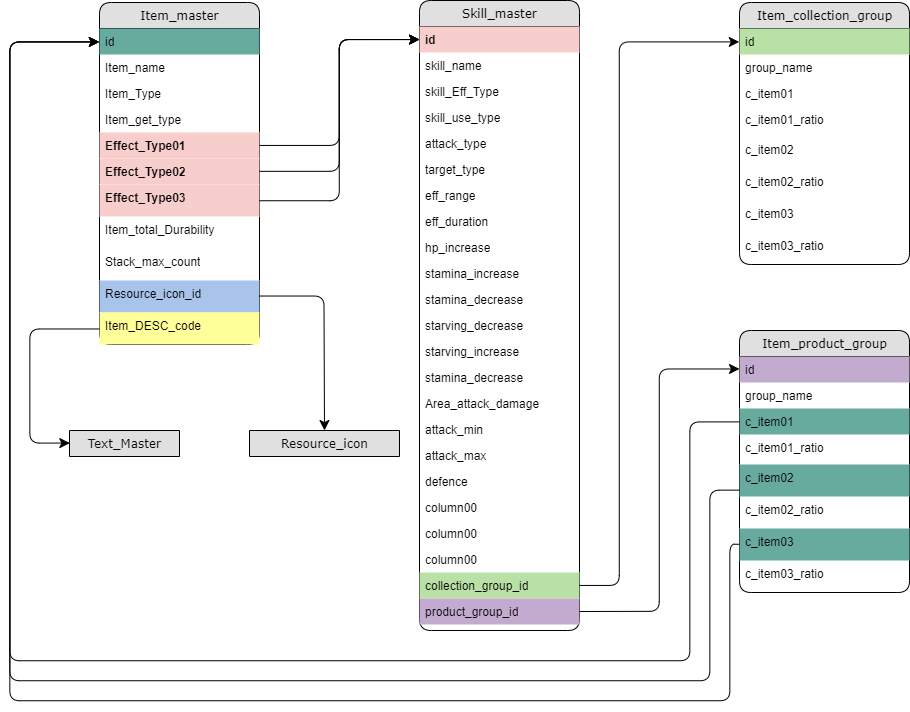
This is 02.시스템기획/04.skill/data_Tabel_structure-Skill_table_relation.png from kyungho-lee/Multicampus_training, a draw.io export, as it was before one commit. Source tidied: cells renumbered, new cells last; positions are measured from the earlier drawing's top-left corner, leaving out a move shared by most shapes.
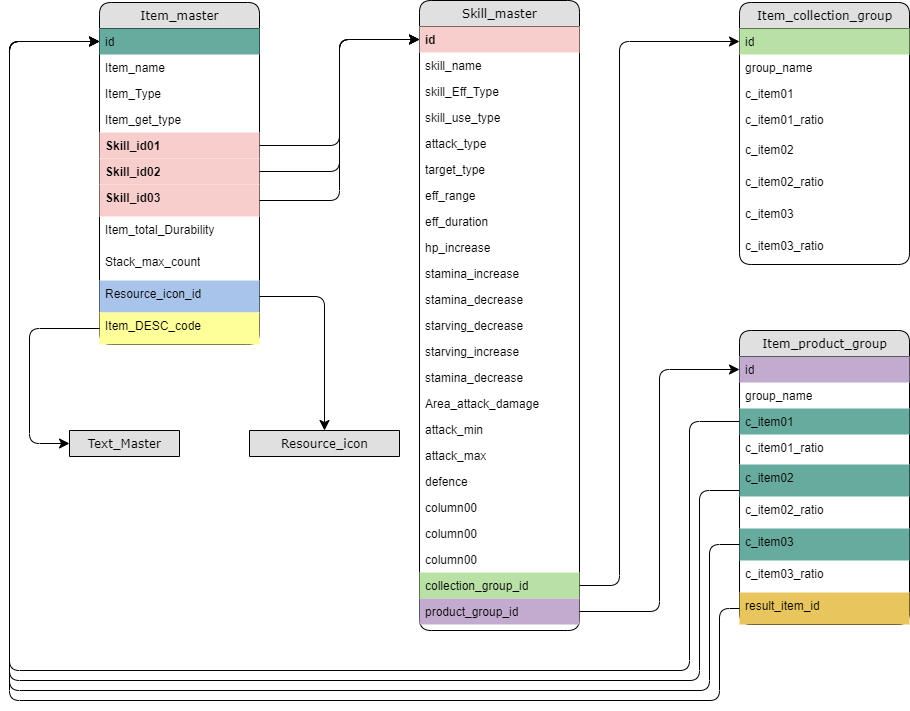
After the change.

Diff of the diagram source:
```diff
@@ -17,13 +17,13 @@
     <mxCell id="6" value="Item_get_type" style="text;html=1;strokeColor=none;fillColor=none;spacingLeft=4;spacingRight=4;whiteSpace=wrap;overflow=hidden;" parent="2" vertex="1">
       <mxGeometry y="104" width="160" height="26" as="geometry" />
     </mxCell>
-    <mxCell id="7" value="Effect_Type01" style="text;html=1;strokeColor=none;fillColor=#F8CECC;spacingLeft=4;spacingRight=4;whiteSpace=wrap;overflow=hidden;points=[[0,0.5],[1,0.5]];portConstraint=eastwest;fontStyle=1;" parent="2" vertex="1">
+    <mxCell id="7" value="Skill_id01" style="text;html=1;strokeColor=none;fillColor=#F8CECC;spacingLeft=4;spacingRight=4;whiteSpace=wrap;overflow=hidden;points=[[0,0.5],[1,0.5]];portConstraint=eastwest;fontStyle=1;" parent="2" vertex="1">
       <mxGeometry y="130" width="160" height="26" as="geometry" />
     </mxCell>
-    <mxCell id="8" value="Effect_Type02" style="text;html=1;strokeColor=none;fillColor=#F8CECC;spacingLeft=4;spacingRight=4;whiteSpace=wrap;overflow=hidden;points=[[0,0.5],[1,0.5]];portConstraint=eastwest;fontStyle=1;" parent="2" vertex="1">
+    <mxCell id="8" value="Skill_id02" style="text;html=1;strokeColor=none;fillColor=#F8CECC;spacingLeft=4;spacingRight=4;whiteSpace=wrap;overflow=hidden;points=[[0,0.5],[1,0.5]];portConstraint=eastwest;fontStyle=1;" parent="2" vertex="1">
       <mxGeometry y="156" width="160" height="26" as="geometry" />
     </mxCell>
-    <mxCell id="9" value="Effect_Type03" style="text;html=1;strokeColor=none;fillColor=#F8CECC;spacingLeft=4;spacingRight=4;whiteSpace=wrap;overflow=hidden;points=[[0,0.5],[1,0.5]];portConstraint=eastwest;fontStyle=1;" parent="2" vertex="1">
+    <mxCell id="9" value="Skill_id03" style="text;html=1;strokeColor=none;fillColor=#F8CECC;spacingLeft=4;spacingRight=4;whiteSpace=wrap;overflow=hidden;points=[[0,0.5],[1,0.5]];portConstraint=eastwest;fontStyle=1;" parent="2" vertex="1">
       <mxGeometry y="182" width="160" height="32" as="geometry" />
     </mxCell>
     <mxCell id="10" value="Item_total_Durability" style="text;html=1;strokeColor=none;fillColor=none;spacingLeft=4;spacingRight=4;whiteSpace=wrap;overflow=hidden;" parent="2" vertex="1">
@@ -114,7 +114,7 @@
       <mxGeometry x="60" y="430" width="110" height="26" as="geometry" />
     </mxCell>
     <mxCell id="39" value="Item_product_group" style="swimlane;html=1;fontStyle=0;horizontal=1;startSize=26;fillColor=#e0e0e0;swimlaneFillColor=#ffffff;align=center;rounded=1;shadow=0;comic=0;labelBackgroundColor=none;strokeWidth=1;fontFamily=Verdana;fontSize=12;" parent="1" vertex="1">
-      <mxGeometry x="730" y="330" width="170" height="262" as="geometry" />
+      <mxGeometry x="730" y="330" width="170" height="294" as="geometry" />
     </mxCell>
     <mxCell id="40" value="id" style="text;html=1;strokeColor=none;fillColor=#C3ABD0;spacingLeft=4;spacingRight=4;whiteSpace=wrap;overflow=hidden;points=[[0,0.5],[1,0.5]];portConstraint=eastwest;" parent="39" vertex="1">
       <mxGeometry y="26" width="170" height="26" as="geometry" />
@@ -140,97 +140,110 @@
     <mxCell id="47" value="c_item03_ratio" style="text;html=1;strokeColor=none;fillColor=none;spacingLeft=4;spacingRight=4;whiteSpace=wrap;overflow=hidden;" parent="39" vertex="1">
       <mxGeometry y="230" width="170" height="32" as="geometry" />
     </mxCell>
-    <mxCell id="48" value="Item_collection_group" style="swimlane;html=1;fontStyle=0;horizontal=1;startSize=26;fillColor=#e0e0e0;swimlaneFillColor=#ffffff;align=center;rounded=1;shadow=0;comic=0;labelBackgroundColor=none;strokeWidth=1;fontFamily=Verdana;fontSize=12;" parent="1" vertex="1">
-      <mxGeometry x="730" y="2" width="170" height="262" as="geometry" />
+    <mxCell id="48" value="result_item_id" style="text;html=1;strokeColor=none;fillColor=#E8C55D;spacingLeft=4;spacingRight=4;whiteSpace=wrap;overflow=hidden;points=[[0,0.5],[1,0.5]];portConstraint=eastwest;" parent="39" vertex="1">
+      <mxGeometry y="262" width="170" height="32" as="geometry" />
     </mxCell>
-    <mxCell id="49" value="id" style="text;html=1;strokeColor=none;fillColor=#B9E0A5;spacingLeft=4;spacingRight=4;whiteSpace=wrap;overflow=hidden;points=[[0,0.5],[1,0.5]];portConstraint=eastwest;" parent="48" vertex="1">
-      <mxGeometry y="26" width="170" height="26" as="geometry" />
+    <mxCell id="49" value="Item_collection_group" style="swimlane;html=1;fontStyle=0;horizontal=1;startSize=26;fillColor=#e0e0e0;swimlaneFillColor=#ffffff;align=center;rounded=1;shadow=0;comic=0;labelBackgroundColor=none;strokeWidth=1;fontFamily=Verdana;fontSize=12;" parent="1" vertex="1">
+      <mxGeometry x="730" y="2" width="170" height="262" as="geometry" />
     </mxCell>
-    <mxCell id="50" value="group_name" style="text;html=1;strokeColor=none;fillColor=none;spacingLeft=4;spacingRight=4;whiteSpace=wrap;overflow=hidden;points=[[0,0.5],[1,0.5]];portConstraint=eastwest;" parent="48" vertex="1">
-      <mxGeometry y="52" width="170" height="26" as="geometry" />
+    <mxCell id="50" value="id" style="text;html=1;strokeColor=none;fillColor=#B9E0A5;spacingLeft=4;spacingRight=4;whiteSpace=wrap;overflow=hidden;points=[[0,0.5],[1,0.5]];portConstraint=eastwest;" parent="49" vertex="1">
+      <mxGeometry y="26" width="170" height="26" as="geometry" />
     </mxCell>
-    <mxCell id="51" value="c_item01" style="text;html=1;strokeColor=none;fillColor=none;spacingLeft=4;spacingRight=4;whiteSpace=wrap;overflow=hidden;" parent="48" vertex="1">
-      <mxGeometry y="78" width="170" height="26" as="geometry" />
+    <mxCell id="51" value="group_name" style="text;html=1;strokeColor=none;fillColor=none;spacingLeft=4;spacingRight=4;whiteSpace=wrap;overflow=hidden;" parent="49" vertex="1">
+      <mxGeometry y="52" width="170" height="26" as="geometry" />
     </mxCell>
-    <mxCell id="52" value="c_item01_ratio" style="text;html=1;strokeColor=none;fillColor=none;spacingLeft=4;spacingRight=4;whiteSpace=wrap;overflow=hidden;" parent="48" vertex="1">
-      <mxGeometry y="104" width="170" height="30" as="geometry" />
+    <mxCell id="52" value="c_item01" style="text;html=1;strokeColor=none;fillColor=none;spacingLeft=4;spacingRight=4;whiteSpace=wrap;overflow=hidden;" parent="49" vertex="1">
+      <mxGeometry y="78" width="170" height="26" as="geometry" />
     </mxCell>
-    <mxCell id="53" value="c_item02" style="text;html=1;strokeColor=none;fillColor=none;spacingLeft=4;spacingRight=4;whiteSpace=wrap;overflow=hidden;" parent="48" vertex="1">
-      <mxGeometry y="134" width="170" height="32" as="geometry" />
+    <mxCell id="53" value="c_item01_ratio" style="text;html=1;strokeColor=none;fillColor=none;spacingLeft=4;spacingRight=4;whiteSpace=wrap;overflow=hidden;" parent="49" vertex="1">
+      <mxGeometry y="104" width="170" height="30" as="geometry" />
     </mxCell>
-    <mxCell id="54" value="c_item02_ratio" style="text;html=1;strokeColor=none;fillColor=none;spacingLeft=4;spacingRight=4;whiteSpace=wrap;overflow=hidden;" parent="48" vertex="1">
-      <mxGeometry y="166" width="170" height="32" as="geometry" />
+    <mxCell id="54" value="c_item02" style="text;html=1;strokeColor=none;fillColor=none;spacingLeft=4;spacingRight=4;whiteSpace=wrap;overflow=hidden;" parent="49" vertex="1">
+      <mxGeometry y="134" width="170" height="32" as="geometry" />
     </mxCell>
-    <mxCell id="55" value="c_item03" style="text;html=1;strokeColor=none;fillColor=none;spacingLeft=4;spacingRight=4;whiteSpace=wrap;overflow=hidden;" parent="48" vertex="1">
-      <mxGeometry y="198" width="170" height="32" as="geometry" />
+    <mxCell id="55" value="c_item02_ratio" style="text;html=1;strokeColor=none;fillColor=none;spacingLeft=4;spacingRight=4;whiteSpace=wrap;overflow=hidden;" parent="49" vertex="1">
+      <mxGeometry y="166" width="170" height="32" as="geometry" />
     </mxCell>
-    <mxCell id="56" value="c_item03_ratio" style="text;html=1;strokeColor=none;fillColor=none;spacingLeft=4;spacingRight=4;whiteSpace=wrap;overflow=hidden;" parent="48" vertex="1">
-      <mxGeometry y="230" width="170" height="32" as="geometry" />
+    <mxCell id="56" value="c_item03" style="text;html=1;strokeColor=none;fillColor=none;spacingLeft=4;spacingRight=4;whiteSpace=wrap;overflow=hidden;" parent="49" vertex="1">
+      <mxGeometry y="198" width="170" height="32" as="geometry" />
     </mxCell>
-    <mxCell id="57" style="edgeStyle=orthogonalEdgeStyle;html=1;labelBackgroundColor=none;startFill=0;startSize=8;endFill=1;endSize=8;fontFamily=Verdana;fontSize=12;exitX=0;exitY=0.5;exitDx=0;exitDy=0;" parent="1" edge="1" source="13">
-      <mxGeometry relative="1" as="geometry">
-        <mxPoint x="60.4" y="442.6" as="targetPoint" />
-        <Array as="points">
-          <mxPoint x="20" y="328" />
-          <mxPoint x="20" y="443" />
-        </Array>
-      </mxGeometry>
+    <mxCell id="57" value="c_item03_ratio" style="text;html=1;strokeColor=none;fillColor=none;spacingLeft=4;spacingRight=4;whiteSpace=wrap;overflow=hidden;" parent="49" vertex="1">
+      <mxGeometry y="230" width="170" height="32" as="geometry" />
     </mxCell>
-    <mxCell id="58" value="Resource_icon" style="swimlane;html=1;fontStyle=0;horizontal=1;startSize=26;fillColor=#e0e0e0;swimlaneFillColor=#ffffff;align=center;rounded=1;shadow=0;comic=0;labelBackgroundColor=none;strokeWidth=1;fontFamily=Verdana;fontSize=12;" parent="1" vertex="1" collapsed="1">
-      <mxGeometry x="240" y="430" width="150" height="26" as="geometry" />
+    <mxCell id="58" style="edgeStyle=orthogonalEdgeStyle;html=1;labelBackgroundColor=none;startFill=0;startSize=8;endFill=1;endSize=8;fontFamily=Verdana;fontSize=12;exitX=0;exitY=0.5;exitDx=0;exitDy=0;" parent="1" edge="1" source="13">
+      <mxGeometry relative="1" as="geometry">
+        <mxPoint x="60" y="443" as="targetPoint" />
+        <Array as="points">
+          <mxPoint x="20" y="328" />
+          <mxPoint x="20" y="443" />
+        </Array>
+      </mxGeometry>
     </mxCell>
-    <mxCell id="59" style="edgeStyle=orthogonalEdgeStyle;html=1;labelBackgroundColor=none;startFill=0;startSize=8;endFill=1;endSize=8;fontFamily=Verdana;fontSize=12;entryX=0.5;entryY=0;entryDx=0;entryDy=0;" parent="1" edge="1" source="12" target="58">
-      <mxGeometry relative="1" as="geometry" />
-    </mxCell>
+    <mxCell id="68" value="Resource_icon" style="swimlane;html=1;fontStyle=0;horizontal=1;startSize=26;fillColor=#e0e0e0;swimlaneFillColor=#ffffff;align=center;rounded=1;shadow=0;comic=0;labelBackgroundColor=none;strokeWidth=1;fontFamily=Verdana;fontSize=12;" parent="1" vertex="1" collapsed="1">
+      <mxGeometry x="240" y="430" width="150" height="26" as="geometry" />
+    </mxCell>
-    <mxCell id="60" style="edgeStyle=orthogonalEdgeStyle;html=1;labelBackgroundColor=none;startFill=0;startSize=8;endFill=1;endSize=8;fontFamily=Verdana;fontSize=12;entryX=0;entryY=0.5;entryDx=0;entryDy=0;exitX=1;exitY=0.5;exitDx=0;exitDy=0;" parent="1" edge="1" source="36" target="49">
-      <mxGeometry relative="1" as="geometry">
-        <Array as="points">
-          <mxPoint x="610" y="585" />
-          <mxPoint x="610" y="41" />
-        </Array>
-      </mxGeometry>
+    <mxCell id="60" style="edgeStyle=orthogonalEdgeStyle;html=1;labelBackgroundColor=none;startFill=0;startSize=8;endFill=1;endSize=8;fontFamily=Verdana;fontSize=12;entryX=0.5;entryY=0;entryDx=0;entryDy=0;" parent="1" edge="1" source="12" target="68">
+      <mxGeometry relative="1" as="geometry" />
     </mxCell>
-    <mxCell id="61" style="edgeStyle=orthogonalEdgeStyle;html=1;labelBackgroundColor=none;startFill=0;startSize=8;endFill=1;endSize=8;fontFamily=Verdana;fontSize=12;entryX=0;entryY=0.5;entryDx=0;entryDy=0;" parent="1" edge="1" source="9" target="15">
-      <mxGeometry relative="1" as="geometry" />
+    <mxCell id="61" style="edgeStyle=orthogonalEdgeStyle;html=1;labelBackgroundColor=none;startFill=0;startSize=8;endFill=1;endSize=8;fontFamily=Verdana;fontSize=12;entryX=0;entryY=0.5;entryDx=0;entryDy=0;exitX=1;exitY=0.5;exitDx=0;exitDy=0;" parent="1" edge="1" source="36" target="50">
+      <mxGeometry relative="1" as="geometry">
+        <Array as="points">
+          <mxPoint x="610" y="585" />
+          <mxPoint x="610" y="41" />
+        </Array>
+      </mxGeometry>
     </mxCell>
-    <mxCell id="62" style="edgeStyle=orthogonalEdgeStyle;html=1;labelBackgroundColor=none;startFill=0;startSize=8;endFill=1;endSize=8;fontFamily=Verdana;fontSize=12;" parent="1" edge="1" source="8" target="15">
+    <mxCell id="62" style="edgeStyle=orthogonalEdgeStyle;html=1;labelBackgroundColor=none;startFill=0;startSize=8;endFill=1;endSize=8;fontFamily=Verdana;fontSize=12;entryX=0;entryY=0.5;entryDx=0;entryDy=0;" parent="1" edge="1" source="9" target="15">
       <mxGeometry relative="1" as="geometry" />
     </mxCell>
-    <mxCell id="63" style="edgeStyle=orthogonalEdgeStyle;html=1;labelBackgroundColor=none;startFill=0;startSize=8;endFill=1;endSize=8;fontFamily=Verdana;fontSize=12;" parent="1" edge="1" source="7" target="15">
+    <mxCell id="63" style="edgeStyle=orthogonalEdgeStyle;html=1;labelBackgroundColor=none;startFill=0;startSize=8;endFill=1;endSize=8;fontFamily=Verdana;fontSize=12;" parent="1" edge="1" source="8" target="15">
       <mxGeometry relative="1" as="geometry" />
     </mxCell>
-    <mxCell id="64" style="edgeStyle=orthogonalEdgeStyle;html=1;labelBackgroundColor=none;startFill=0;startSize=8;endFill=1;endSize=8;fontFamily=Verdana;fontSize=12;exitX=1;exitY=0.5;exitDx=0;exitDy=0;" parent="1" edge="1" source="37" target="40">
+    <mxCell id="64" style="edgeStyle=orthogonalEdgeStyle;html=1;labelBackgroundColor=none;startFill=0;startSize=8;endFill=1;endSize=8;fontFamily=Verdana;fontSize=12;" parent="1" edge="1" source="7" target="15">
       <mxGeometry relative="1" as="geometry" />
     </mxCell>
-    <mxCell id="65" style="edgeStyle=orthogonalEdgeStyle;html=1;labelBackgroundColor=none;startFill=0;startSize=8;endFill=1;endSize=8;fontFamily=Verdana;fontSize=12;entryX=0;entryY=0.5;entryDx=0;entryDy=0;exitX=0;exitY=0.5;exitDx=0;exitDy=0;" parent="1" edge="1" source="42" target="3">
-      <mxGeometry relative="1" as="geometry">
-        <Array as="points">
-          <mxPoint x="680" y="421" />
-          <mxPoint x="680" y="660" />
-          <mxPoint y="660" />
-          <mxPoint y="41" />
-        </Array>
-      </mxGeometry>
+    <mxCell id="65" style="edgeStyle=orthogonalEdgeStyle;html=1;labelBackgroundColor=none;startFill=0;startSize=8;endFill=1;endSize=8;fontFamily=Verdana;fontSize=12;exitX=1;exitY=0.5;exitDx=0;exitDy=0;" parent="1" edge="1" source="37" target="40">
+      <mxGeometry relative="1" as="geometry" />
     </mxCell>
-    <mxCell id="66" style="edgeStyle=orthogonalEdgeStyle;html=1;labelBackgroundColor=none;startFill=0;startSize=8;endFill=1;endSize=8;fontFamily=Verdana;fontSize=12;entryX=0;entryY=0.5;entryDx=0;entryDy=0;" parent="1" edge="1" source="44" target="3">
+    <mxCell id="66" style="edgeStyle=orthogonalEdgeStyle;html=1;labelBackgroundColor=none;startFill=0;startSize=8;endFill=1;endSize=8;fontFamily=Verdana;fontSize=12;entryX=0;entryY=0.5;entryDx=0;entryDy=0;exitX=0;exitY=0.5;exitDx=0;exitDy=0;" parent="1" edge="1" source="42" target="3">
       <mxGeometry relative="1" as="geometry">
         <Array as="points">
-          <mxPoint x="700" y="490" />
-          <mxPoint x="700" y="680" />
-          <mxPoint y="680" />
+          <mxPoint x="680" y="421" />
+          <mxPoint x="680" y="670" />
+          <mxPoint y="670" />
           <mxPoint y="41" />
         </Array>
       </mxGeometry>
     </mxCell>
-    <mxCell id="67" style="edgeStyle=orthogonalEdgeStyle;html=1;labelBackgroundColor=none;startFill=0;startSize=8;endFill=1;endSize=8;fontFamily=Verdana;fontSize=12;exitX=0;exitY=0.5;exitDx=0;exitDy=0;entryX=0;entryY=0.5;entryDx=0;entryDy=0;" parent="1" edge="1" source="46" target="3">
+    <mxCell id="67" style="edgeStyle=orthogonalEdgeStyle;html=1;labelBackgroundColor=none;startFill=0;startSize=8;endFill=1;endSize=8;fontFamily=Verdana;fontSize=12;entryX=0;entryY=0.5;entryDx=0;entryDy=0;" parent="1" edge="1" source="44" target="3">
       <mxGeometry relative="1" as="geometry">
         <Array as="points">
-          <mxPoint x="720" y="544" />
-          <mxPoint x="720" y="700" />
-          <mxPoint y="700" />
+          <mxPoint x="690" y="490" />
+          <mxPoint x="690" y="680" />
+          <mxPoint y="680" />
           <mxPoint y="41" />
         </Array>
       </mxGeometry>
     </mxCell>
+    <mxCell id="69" style="edgeStyle=orthogonalEdgeStyle;html=1;labelBackgroundColor=none;startFill=0;startSize=8;endFill=1;endSize=8;fontFamily=Verdana;fontSize=12;exitX=0;exitY=0.5;exitDx=0;exitDy=0;entryX=0;entryY=0.5;entryDx=0;entryDy=0;" parent="1" edge="1" source="46" target="3">
+      <mxGeometry relative="1" as="geometry">
+        <Array as="points">
+          <mxPoint x="700" y="544" />
+          <mxPoint x="700" y="690" />
+          <mxPoint y="690" />
+          <mxPoint y="41" />
+        </Array>
+      </mxGeometry>
+    </mxCell>
+    <mxCell id="70" style="edgeStyle=orthogonalEdgeStyle;html=1;labelBackgroundColor=none;startFill=0;startSize=8;endFill=1;endSize=8;fontFamily=Verdana;fontSize=12;entryX=0;entryY=0.5;entryDx=0;entryDy=0;" parent="1" edge="1" source="48" target="3">
+      <mxGeometry relative="1" as="geometry">
+        <Array as="points">
+          <mxPoint x="710" y="608" />
+          <mxPoint x="710" y="700" />
+          <mxPoint y="700" />
+          <mxPoint y="41" />
+        </Array>
+      </mxGeometry>
+    </mxCell>
   </root>
 </mxGraphModel>
```
